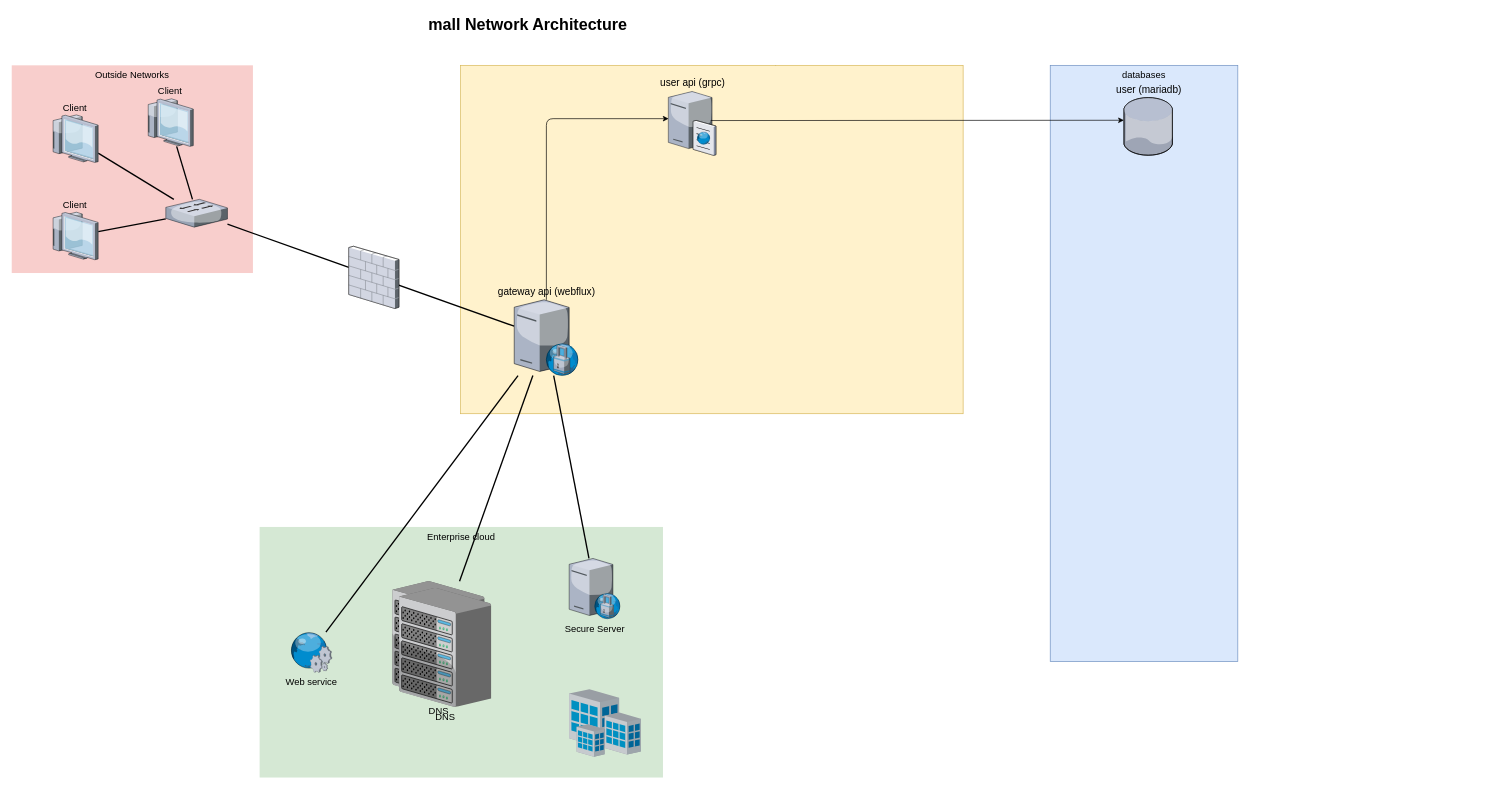
Above: architecture/mall-architecture.drawio in kyoDaddy/spring-cloud-multi-module (draw.io), before the change. Source tidied: cells renumbered, new cells numbered last; positions are measured from the earlier drawing's top-left corner, leaving out a move shared by most shapes. Both pictures are drawn from the tidied source at 67%, with x=0, y=0 at pixel (11, 11).
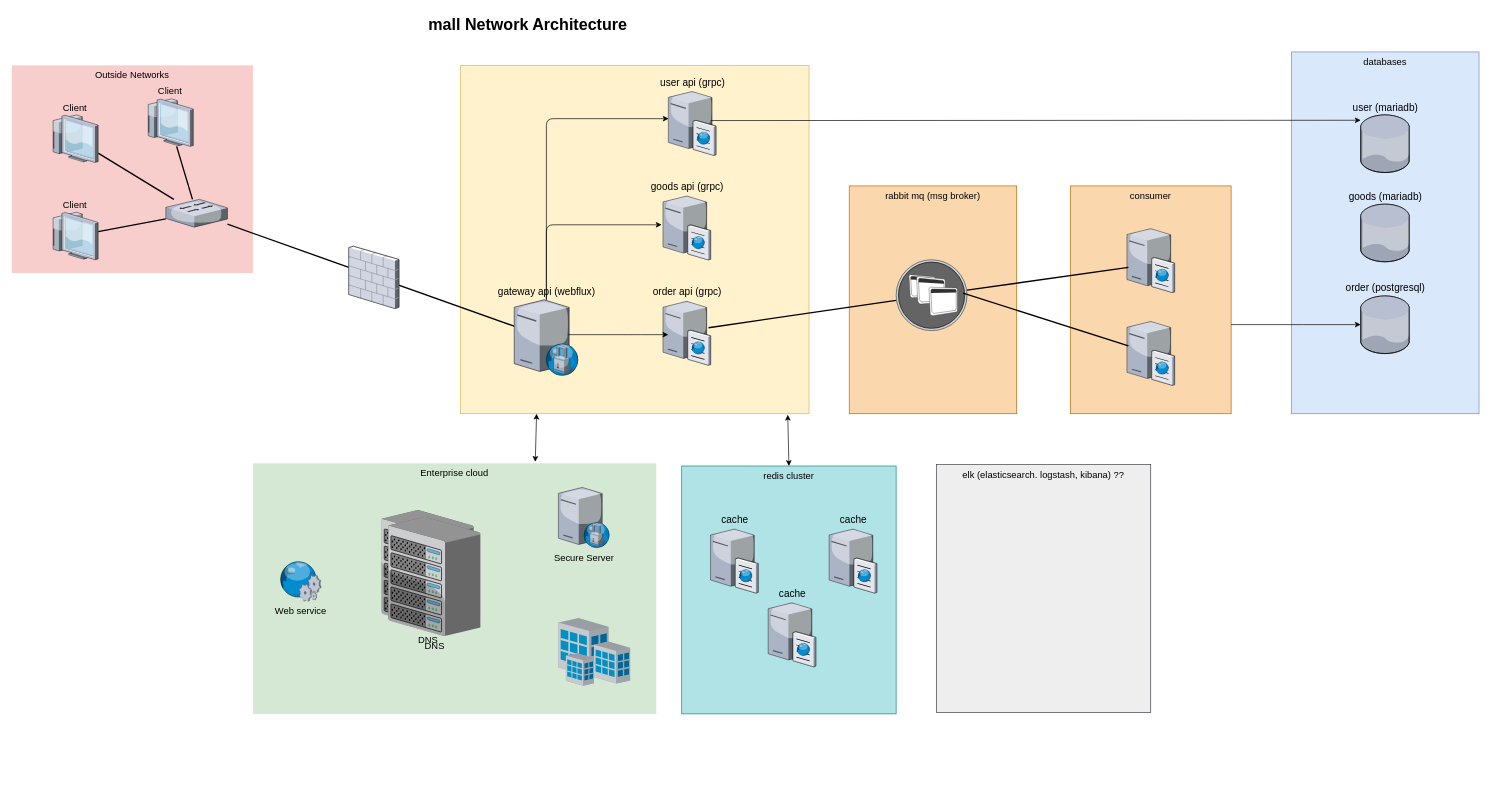
After the change.

Unchanged cells that the change refers to:
```xml
<mxCell id="27" value="gateway api (webflux)" style="verticalLabelPosition=top;html=1;verticalAlign=bottom;strokeColor=none;align=center;outlineConnect=0;shape=mxgraph.citrix.proxy_server;flipH=0;flipV=0;direction=east;horizontal=1;labelPosition=center;fontSize=15;" parent="1" vertex="1">
  <mxGeometry x="750" y="430" width="96" height="113" as="geometry" />
</mxCell>
```

Change to the diagram source:
```diff
@@
     <mxCell id="3" style="whiteSpace=wrap;html=1;fillColor=#fff2cc;fontSize=14;strokeColor=#d6b656;verticalAlign=top;" parent="1" vertex="1">
-      <mxGeometry x="670" y="80" width="750" height="520" as="geometry" />
+      <mxGeometry x="670" y="80" width="520" height="520" as="geometry" />
     </mxCell>
@@
     <mxCell id="5" value="Enterprise cloud" style="whiteSpace=wrap;html=1;fillColor=#d5e8d4;fontSize=14;strokeColor=none;verticalAlign=top;" parent="1" vertex="1">
-      <mxGeometry x="370" y="769" width="602" height="374" as="geometry" />
+      <mxGeometry x="360" y="674" width="602" height="374" as="geometry" />
     </mxCell>
-    <mxCell id="6" style="edgeStyle=none;rounded=0;html=1;startSize=10;endSize=10;jettySize=auto;fontSize=14;endArrow=none;endFill=0;strokeWidth=2;" parent="1" edge="1" source="27" target="9">
-      <mxGeometry relative="1" as="geometry" />
-    </mxCell>
@@
-    <mxCell id="8" style="edgeStyle=none;rounded=0;html=1;startSize=10;endSize=10;jettySize=auto;fontSize=14;endArrow=none;endFill=0;strokeWidth=2;" parent="1" edge="1" source="27" target="10">
-      <mxGeometry relative="1" as="geometry" />
-    </mxCell>
     <mxCell id="9" value="DNS" style="verticalLabelPosition=bottom;html=1;verticalAlign=top;strokeColor=none;shape=mxgraph.citrix.chassis;fillColor=#66B2FF;gradientColor=#0066CC;fontSize=14;" parent="1" vertex="1">
-      <mxGeometry x="568" y="850" width="137.5" height="177.5" as="geometry" />
+      <mxGeometry x="552" y="744" width="137.5" height="177.5" as="geometry" />
     </mxCell>
     <mxCell id="10" value="Secure Server" style="verticalLabelPosition=bottom;html=1;verticalAlign=top;strokeColor=none;shape=mxgraph.citrix.proxy_server;fillColor=#66B2FF;gradientColor=#0066CC;fontSize=14;" parent="1" vertex="1">
-      <mxGeometry x="832" y="816" width="76.5" height="90" as="geometry" />
+      <mxGeometry x="816" y="710" width="76.5" height="90" as="geometry" />
     </mxCell>
@@
-    <mxCell id="18" style="edgeStyle=none;rounded=0;html=1;startSize=10;endSize=10;jettySize=auto;fontSize=14;endArrow=none;endFill=0;strokeWidth=2;" parent="1" edge="1" source="19" target="27">
-      <mxGeometry relative="1" as="geometry" />
-    </mxCell>
     <mxCell id="19" value="Web service" style="verticalLabelPosition=bottom;html=1;verticalAlign=top;strokeColor=none;shape=mxgraph.citrix.web_service;fillColor=#66B2FF;gradientColor=#0066CC;fontSize=14;" parent="1" vertex="1">
-      <mxGeometry x="415" y="926" width="63" height="60" as="geometry" />
+      <mxGeometry x="399" y="820" width="63" height="60" as="geometry" />
     </mxCell>
     <mxCell id="20" style="verticalLabelPosition=bottom;html=1;verticalAlign=top;strokeColor=none;shape=mxgraph.citrix.site;fillColor=#66B2FF;gradientColor=#0066CC;fontSize=14;" parent="1" vertex="1">
-      <mxGeometry x="832" y="1011" width="107" height="101" as="geometry" />
+      <mxGeometry x="816" y="905" width="107" height="101" as="geometry" />
     </mxCell>
@@
     <mxCell id="22" value="DNS" style="verticalLabelPosition=bottom;html=1;verticalAlign=top;strokeColor=none;shape=mxgraph.citrix.chassis;fillColor=#66B2FF;gradientColor=#0066CC;fontSize=14;" parent="1" vertex="1">
-      <mxGeometry x="578" y="860" width="137.5" height="177.5" as="geometry" />
+      <mxGeometry x="562" y="754" width="137.5" height="177.5" as="geometry" />
     </mxCell>
@@
     <mxCell id="24" value="databases" style="whiteSpace=wrap;html=1;fillColor=#dae8fc;fontSize=14;strokeColor=#6c8ebf;verticalAlign=top;" parent="1" vertex="1">
-      <mxGeometry x="1550" y="80" width="280" height="890" as="geometry" />
+      <mxGeometry x="1910" y="60" width="280" height="540" as="geometry" />
     </mxCell>
     <mxCell id="25" value="user (mariadb)" style="verticalLabelPosition=top;html=1;verticalAlign=bottom;strokeColor=none;align=center;outlineConnect=0;shape=mxgraph.citrix.database;labelPosition=center;fontSize=15;" parent="1" vertex="1">
-      <mxGeometry x="1660" y="128.2" width="73.1" height="86" as="geometry" />
+      <mxGeometry x="2013.4" y="154" width="73.1" height="86" as="geometry" />
     </mxCell>
@@
+    <mxCell id="30" value="redis cluster" style="whiteSpace=wrap;html=1;fillColor=#b0e3e6;fontSize=14;strokeColor=#0e8088;verticalAlign=top;" parent="1" vertex="1">
+      <mxGeometry x="1000" y="678" width="320" height="370" as="geometry" />
+    </mxCell>
+    <mxCell id="31" value="cache" style="verticalLabelPosition=top;html=1;verticalAlign=bottom;strokeColor=none;align=center;shape=mxgraph.citrix.cache_server;labelPosition=center;fontSize=15;" parent="1" vertex="1">
+      <mxGeometry x="1043" y="770" width="71" height="97.5" as="geometry" />
+    </mxCell>
+    <mxCell id="32" value="rabbit mq (msg broker)" style="whiteSpace=wrap;html=1;fontSize=14;verticalAlign=top;fillColor=#fad7ac;strokeColor=#b46504;" parent="1" vertex="1">
+      <mxGeometry x="1250" y="260" width="250" height="340" as="geometry" />
+    </mxCell>
+    <mxCell id="33" value="order (postgresql)" style="verticalLabelPosition=top;html=1;verticalAlign=bottom;strokeColor=none;align=center;outlineConnect=0;shape=mxgraph.citrix.database;labelPosition=center;fontSize=15;" parent="1" vertex="1">
+      <mxGeometry x="2013.4" y="424.2" width="73.1" height="86" as="geometry" />
+    </mxCell>
+    <mxCell id="34" value="goods (mariadb)" style="verticalLabelPosition=top;html=1;verticalAlign=bottom;strokeColor=none;align=center;shape=mxgraph.citrix.database;labelPosition=center;fontSize=15;" parent="1" vertex="1">
+      <mxGeometry x="2013.4" y="287.2" width="73.1" height="86" as="geometry" />
+    </mxCell>
+    <mxCell id="35" value="consumer" style="whiteSpace=wrap;html=1;fontSize=14;verticalAlign=top;fillColor=#fad7ac;strokeColor=#b46504;" parent="1" vertex="1">
+      <mxGeometry x="1580" y="260" width="240" height="340" as="geometry" />
+    </mxCell>
+    <mxCell id="36" style="verticalLabelPosition=top;html=1;verticalAlign=bottom;strokeColor=none;shape=mxgraph.citrix.cache_server;fillColor=#66B2FF;gradientColor=#0066CC;fontSize=15;labelPosition=center;align=center;" parent="1" vertex="1">
+      <mxGeometry x="1664.5" y="321.5" width="71" height="97.5" as="geometry" />
+    </mxCell>
+    <mxCell id="37" value="order api (grpc)" style="verticalLabelPosition=top;html=1;verticalAlign=bottom;strokeColor=none;shape=mxgraph.citrix.cache_server;fillColor=#66B2FF;gradientColor=#0066CC;fontSize=15;labelPosition=center;align=center;" parent="1" vertex="1">
+      <mxGeometry x="972" y="430" width="71" height="97.5" as="geometry" />
+    </mxCell>
+    <mxCell id="38" value="goods api (grpc)" style="verticalLabelPosition=top;html=1;verticalAlign=bottom;strokeColor=none;shape=mxgraph.citrix.cache_server;fillColor=#66B2FF;gradientColor=#0066CC;fontSize=15;labelPosition=center;align=center;" parent="1" vertex="1">
+      <mxGeometry x="972" y="272.8" width="71" height="97.5" as="geometry" />
+    </mxCell>
+    <mxCell id="39" style="endArrow=classic;startArrow=classic;html=1;fontSize=15;exitX=0.5;exitY=0;exitDx=0;exitDy=0;entryX=0.939;entryY=1.003;entryDx=0;entryDy=0;entryPerimeter=0;" parent="1" edge="1" source="30" target="3">
+      <mxGeometry relative="1" as="geometry" />
+    </mxCell>
+    <mxCell id="40" style="verticalLabelPosition=top;html=1;verticalAlign=bottom;strokeColor=none;shape=mxgraph.citrix.cache_server;fillColor=#66B2FF;gradientColor=#0066CC;fontSize=15;labelPosition=center;align=center;" parent="1" vertex="1">
+      <mxGeometry x="1664.5" y="460" width="71" height="97.5" as="geometry" />
+    </mxCell>
+    <mxCell id="41" style="edgeStyle=elbowEdgeStyle;elbow=vertical;endArrow=classic;html=1;" parent="1" edge="1" source="35" target="33">
+      <mxGeometry relative="1" as="geometry" />
+    </mxCell>
+    <mxCell id="42" style="verticalLabelPosition=bottom;html=1;verticalAlign=top;strokeColor=none;align=center;outlineConnect=0;shape=mxgraph.citrix.role_applications;fontSize=15;" parent="1" vertex="1">
+      <mxGeometry x="1320" y="370.2" width="105.8" height="105.8" as="geometry" />
+    </mxCell>
+    <mxCell id="43" style="endArrow=classic;startArrow=classic;html=1;fontSize=15;entryX=0.218;entryY=1;entryDx=0;entryDy=0;entryPerimeter=0;exitX=0.7;exitY=-0.006;exitDx=0;exitDy=0;exitPerimeter=0;" parent="1" edge="1" source="5" target="3">
+      <mxGeometry relative="1" as="geometry" />
+    </mxCell>
+    <mxCell id="44" style="edgeStyle=elbowEdgeStyle;elbow=horizontal;endArrow=classic;html=1;" parent="1" edge="1" source="27">
+      <mxGeometry relative="1" as="geometry">
+        <mxPoint x="970" y="318" as="targetPoint" />
+        <Array as="points">
+          <mxPoint x="798" y="320" />
+          <mxPoint x="808" y="330" />
+          <mxPoint x="920" y="370" />
+        </Array>
+      </mxGeometry>
+    </mxCell>
+    <mxCell id="45" style="edgeStyle=elbowEdgeStyle;elbow=horizontal;endArrow=classic;html=1;" parent="1" edge="1">
+      <mxGeometry relative="1" as="geometry">
+        <mxPoint x="830" y="482" as="sourcePoint" />
+        <mxPoint x="980" y="482" as="targetPoint" />
+        <Array as="points">
+          <mxPoint x="930" y="380" />
+        </Array>
+      </mxGeometry>
+    </mxCell>
+    <mxCell id="46" style="edgeStyle=none;rounded=0;html=1;startSize=10;endSize=10;jettySize=auto;fontSize=14;endArrow=none;endFill=0;strokeWidth=2;entryX=0.958;entryY=0.427;entryDx=0;entryDy=0;entryPerimeter=0;" parent="1" edge="1" source="42" target="37">
+      <mxGeometry relative="1" as="geometry" />
+    </mxCell>
+    <mxCell id="47" style="edgeStyle=none;rounded=0;html=1;startSize=10;endSize=10;jettySize=auto;fontSize=14;endArrow=none;endFill=0;strokeWidth=2;exitX=0.031;exitY=0.615;exitDx=0;exitDy=0;exitPerimeter=0;" parent="1" edge="1" source="36" target="42">
+      <mxGeometry relative="1" as="geometry" />
+    </mxCell>
+    <mxCell id="48" style="edgeStyle=none;rounded=0;html=1;startSize=10;endSize=10;jettySize=auto;fontSize=14;endArrow=none;endFill=0;strokeWidth=2;exitX=0.031;exitY=0.397;exitDx=0;exitDy=0;exitPerimeter=0;" parent="1" edge="1" source="40">
+      <mxGeometry relative="1" as="geometry">
+        <mxPoint x="1420" y="420" as="targetPoint" />
+      </mxGeometry>
+    </mxCell>
+    <mxCell id="49" value="cache" style="verticalLabelPosition=top;html=1;verticalAlign=bottom;strokeColor=none;align=center;shape=mxgraph.citrix.cache_server;labelPosition=center;fontSize=15;" parent="1" vertex="1">
+      <mxGeometry x="1129" y="880" width="71" height="97.5" as="geometry" />
+    </mxCell>
+    <mxCell id="50" value="cache" style="verticalLabelPosition=top;html=1;verticalAlign=bottom;strokeColor=none;align=center;shape=mxgraph.citrix.cache_server;labelPosition=center;fontSize=15;" parent="1" vertex="1">
+      <mxGeometry x="1220" y="770" width="71" height="97.5" as="geometry" />
+    </mxCell>
+    <mxCell id="51" value="elk (elasticsearch. logstash, kibana) ??" style="whiteSpace=wrap;html=1;fillColor=#eeeeee;fontSize=14;strokeColor=#36393d;verticalAlign=top;" parent="1" vertex="1">
+      <mxGeometry x="1380" y="676" width="320" height="370" as="geometry" />
+    </mxCell>
```
